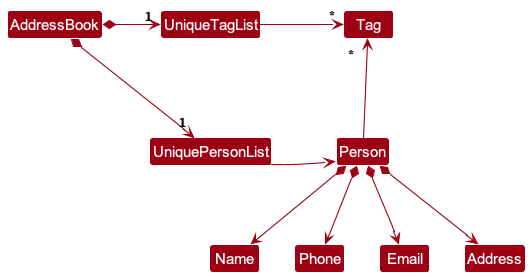
Earlier version of the PlantUML export docs/diagrams/BetterModelClassDiagram.png (isaacchua0309/tp).
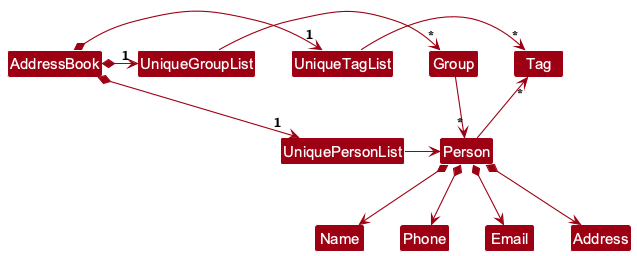
The same diagram one commit later.

Commit message:
Modify ModelClassDiagram and BetterModelClassDiagram png and puml to include UniqueGroupList and Group class

What changed in the source:
```diff
@@ -18,4 +18,8 @@
 Person *--> Phone
 Person *--> Email
 Person *--> Address
+
+AddressBook *-right-> "1" UniqueGroupList
+UniqueGroupList -right-> "*" Group
+Group -down-> "*" Person
 @enduml
```
